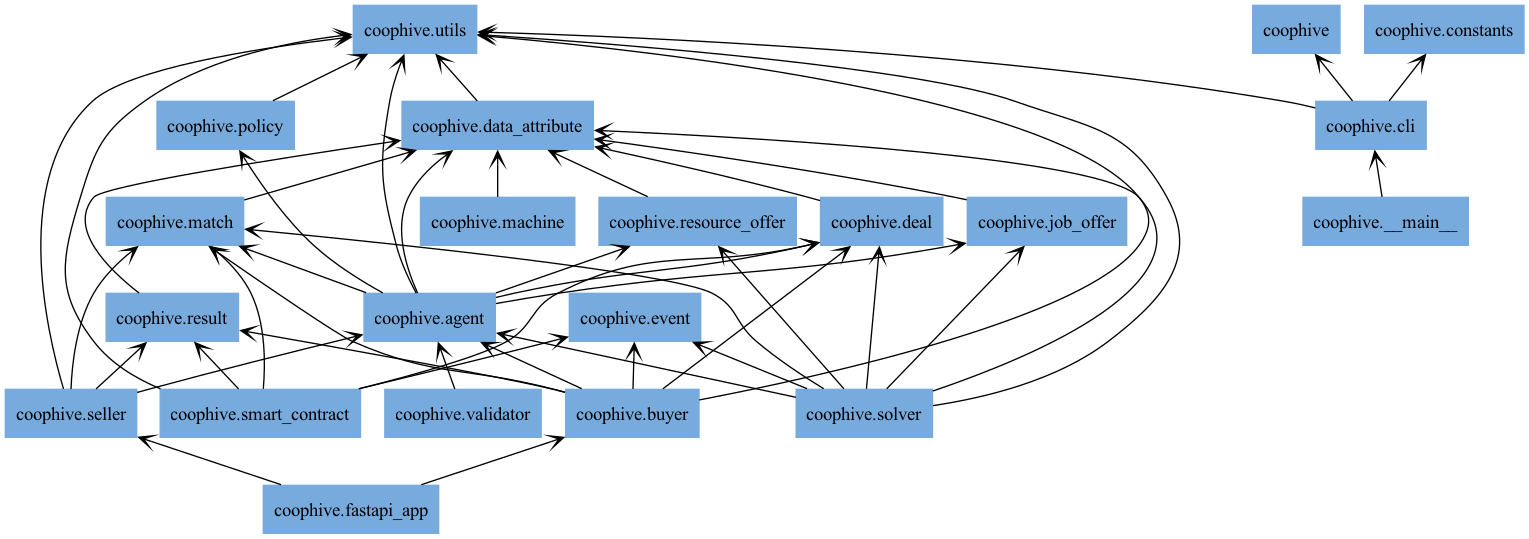
Before: docs/img/packages_coophive.png, a diagram exported from Graphviz (CoopHive/Apiary). Its source is kept beside it as docs/img/packages_coophive.dot.
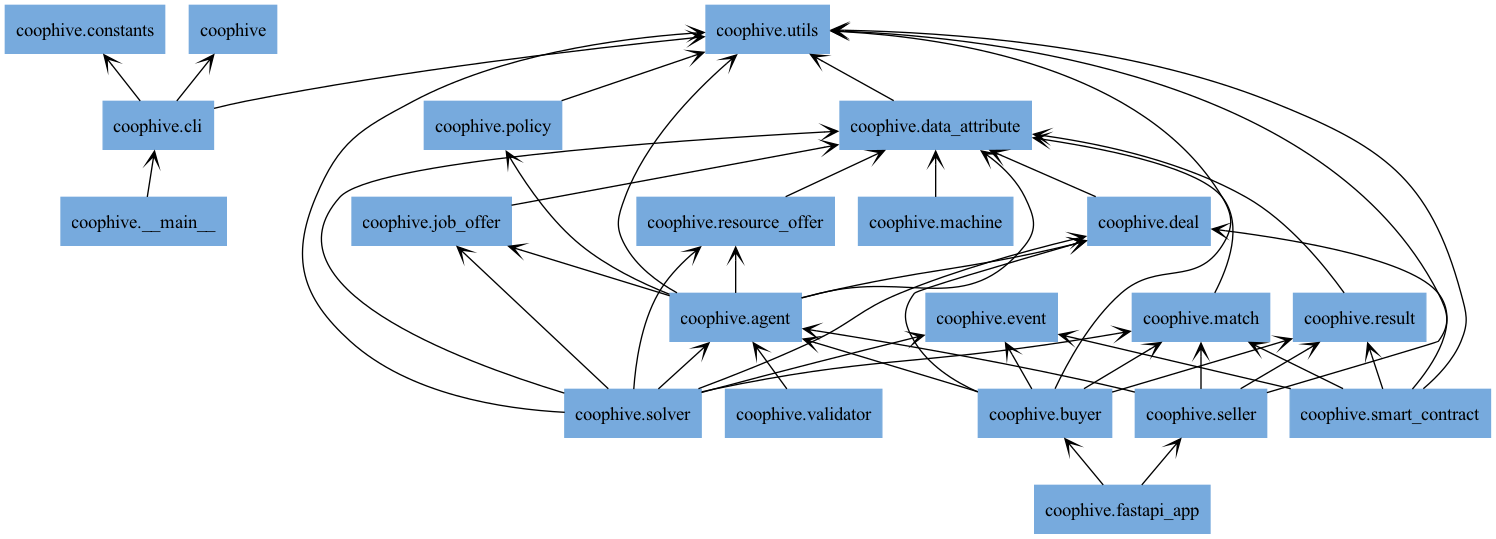
After the commit.

Change to the diagram source:
```diff
@@ -26,7 +26,6 @@
 "coophive.agent" -> "coophive.data_attribute" [arrowhead="open", arrowtail="none"];
 "coophive.agent" -> "coophive.deal" [arrowhead="open", arrowtail="none"];
 "coophive.agent" -> "coophive.job_offer" [arrowhead="open", arrowtail="none"];
-"coophive.agent" -> "coophive.match" [arrowhead="open", arrowtail="none"];
 "coophive.agent" -> "coophive.policy" [arrowhead="open", arrowtail="none"];
 "coophive.agent" -> "coophive.resource_offer" [arrowhead="open", arrowtail="none"];
 "coophive.agent" -> "coophive.utils" [arrowhead="open", arrowtail="none"];
```
